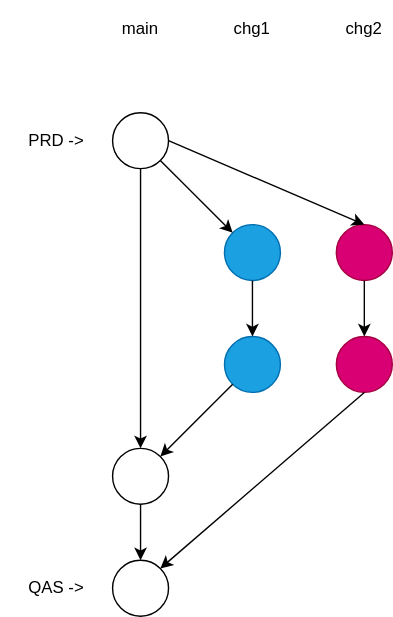
The draw.io diagram deployed.drawio.svg in larshp/two-alv-reports, before a commit. Source tidied: cells renumbered, new cells last; positions are measured from the earlier drawing's top-left corner, leaving out a move shared by most shapes.
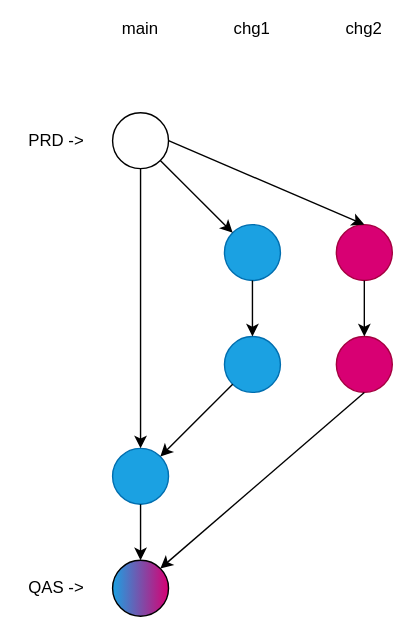
The same diagram one commit later.

Change to the diagram source:
```diff
@@ -41,10 +41,10 @@
     <mxCell id="14" value="PRD -&amp;gt;" style="text;html=1;strokeColor=none;fillColor=none;align=center;verticalAlign=middle;whiteSpace=wrap;rounded=0;" parent="1" vertex="1">
       <mxGeometry y="85" width="80" height="30" as="geometry" />
     </mxCell>
-    <mxCell id="15" style="ellipse;whiteSpace=wrap;html=1;" parent="1" vertex="1">
+    <mxCell id="15" style="ellipse;whiteSpace=wrap;html=1;fillColor=#1ba1e2;strokeColor=#006EAF;fontColor=#ffffff;" parent="1" vertex="1">
       <mxGeometry x="80" y="320" width="40" height="40" as="geometry" />
     </mxCell>
-    <mxCell id="16" style="ellipse;whiteSpace=wrap;html=1;" parent="1" vertex="1">
+    <mxCell id="16" style="ellipse;whiteSpace=wrap;html=1;gradientColor=#1BA1E2;gradientDirection=west;fillColor=#D80073;" parent="1" vertex="1">
       <mxGeometry x="80" y="400" width="40" height="40" as="geometry" />
     </mxCell>
     <mxCell id="17" value="QAS -&amp;gt;" style="text;html=1;strokeColor=none;fillColor=none;align=center;verticalAlign=middle;whiteSpace=wrap;rounded=0;" parent="1" vertex="1">
```
